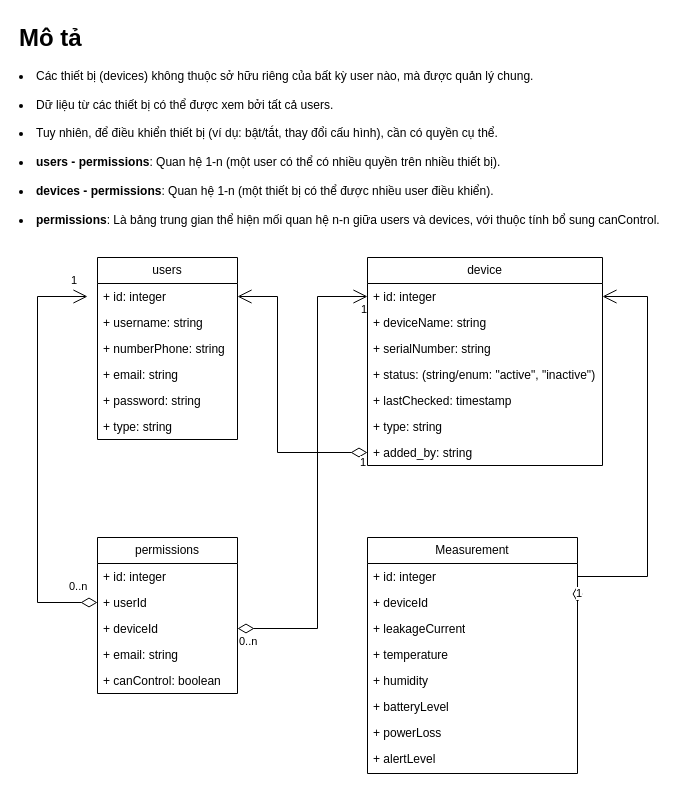
This is quanLyThietBiDoDongRoUML_NEW.drawio from QuachHung1102/quanLyThietBiDoDongRo, a draw.io file, before an edit. Source tidied: cells renumbered, new cells numbered last; positions are measured from the earlier drawing's top-left corner, leaving out a move shared by most shapes. Both pictures are drawn from the tidied source at 100%, with x=0, y=0 at pixel (17, 17).
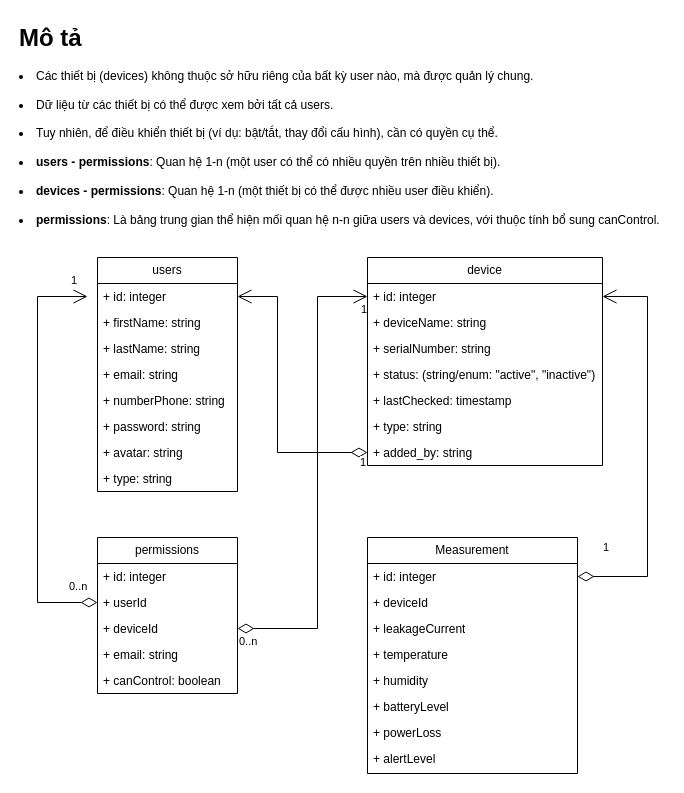
The same page after the edit.

The change refers to these unchanged cells:
```xml
<mxCell id="10" value="+ id: integer&lt;div&gt;&lt;br&gt;&lt;/div&gt;" style="text;strokeColor=none;fillColor=none;align=left;verticalAlign=top;spacingLeft=4;spacingRight=4;overflow=hidden;points=[[0,0.5],[1,0.5]];portConstraint=eastwest;whiteSpace=wrap;html=1;" parent="9" vertex="1">
  <mxGeometry y="26" width="235" height="26" as="geometry" />
</mxCell>
<mxCell id="32" value="+ id: integer" style="text;strokeColor=none;fillColor=none;align=left;verticalAlign=top;spacingLeft=4;spacingRight=4;overflow=hidden;points=[[0,0.5],[1,0.5]];portConstraint=eastwest;whiteSpace=wrap;html=1;" parent="31" vertex="1">
  <mxGeometry y="26" width="210" height="26" as="geometry" />
</mxCell>
<mxCell id="33" value="+&amp;nbsp;&lt;span style=&quot;background-color: transparent; color: light-dark(rgb(0, 0, 0), rgb(255, 255, 255));&quot;&gt;deviceId&lt;/span&gt;" style="text;strokeColor=none;fillColor=none;align=left;verticalAlign=top;spacingLeft=4;spacingRight=4;overflow=hidden;points=[[0,0.5],[1,0.5]];portConstraint=eastwest;whiteSpace=wrap;html=1;" parent="31" vertex="1">
  <mxGeometry y="52" width="210" height="26" as="geometry" />
</mxCell>
```

Change to the diagram source:
```diff
@@
     <mxCell id="2" value="users" style="swimlane;fontStyle=0;horizontal=1;startSize=26;fillColor=none;whiteSpace=wrap;html=1;" parent="1" vertex="1">
-      <mxGeometry x="80" y="240" width="140" height="182" as="geometry" />
+      <mxGeometry x="80" y="240" width="140" height="234" as="geometry" />
     </mxCell>
@@
-    <mxCell id="4" value="+&amp;nbsp;&lt;span style=&quot;background-color: transparent; color: light-dark(rgb(0, 0, 0), rgb(255, 255, 255));&quot;&gt;username&lt;/span&gt;&lt;span style=&quot;background-color: transparent; color: light-dark(rgb(0, 0, 0), rgb(255, 255, 255));&quot;&gt;: string&lt;/span&gt;" style="text;strokeColor=none;fillColor=none;align=left;verticalAlign=top;spacingLeft=4;spacingRight=4;overflow=hidden;whiteSpace=wrap;html=1;" parent="2" vertex="1">
+    <mxCell id="4" value="+ firstName&lt;span style=&quot;background-color: transparent; color: light-dark(rgb(0, 0, 0), rgb(255, 255, 255));&quot;&gt;: string&lt;/span&gt;" style="text;strokeColor=none;fillColor=none;align=left;verticalAlign=top;spacingLeft=4;spacingRight=4;overflow=hidden;whiteSpace=wrap;html=1;" parent="2" vertex="1">
       <mxGeometry y="52" width="140" height="26" as="geometry" />
     </mxCell>
+    <mxCell id="41" value="+ lastName&lt;span style=&quot;background-color: transparent; color: light-dark(rgb(0, 0, 0), rgb(255, 255, 255));&quot;&gt;: string&lt;/span&gt;" style="text;strokeColor=none;fillColor=none;align=left;verticalAlign=top;spacingLeft=4;spacingRight=4;overflow=hidden;whiteSpace=wrap;html=1;" parent="2" vertex="1">
+      <mxGeometry y="78" width="140" height="26" as="geometry" />
+    </mxCell>
+    <mxCell id="6" value="+ email: string" style="text;strokeColor=none;fillColor=none;align=left;verticalAlign=top;spacingLeft=4;spacingRight=4;overflow=hidden;whiteSpace=wrap;html=1;" parent="2" vertex="1">
+      <mxGeometry y="104" width="140" height="26" as="geometry" />
+    </mxCell>
     <mxCell id="5" value="+ numberPhone: string" style="text;strokeColor=none;fillColor=none;align=left;verticalAlign=top;spacingLeft=4;spacingRight=4;overflow=hidden;whiteSpace=wrap;html=1;" parent="2" vertex="1">
-      <mxGeometry y="78" width="140" height="26" as="geometry" />
+      <mxGeometry y="130" width="140" height="26" as="geometry" />
     </mxCell>
-    <mxCell id="6" value="+ email: string" style="text;strokeColor=none;fillColor=none;align=left;verticalAlign=top;spacingLeft=4;spacingRight=4;overflow=hidden;whiteSpace=wrap;html=1;" parent="2" vertex="1">
-      <mxGeometry y="104" width="140" height="26" as="geometry" />
-    </mxCell>
     <mxCell id="7" value="+ password: string" style="text;strokeColor=none;fillColor=none;align=left;verticalAlign=top;spacingLeft=4;spacingRight=4;overflow=hidden;whiteSpace=wrap;html=1;" parent="2" vertex="1">
-      <mxGeometry y="130" width="140" height="26" as="geometry" />
+      <mxGeometry y="156" width="140" height="26" as="geometry" />
     </mxCell>
-    <mxCell id="8" value="+ type: string" style="text;strokeColor=none;fillColor=none;align=left;verticalAlign=top;spacingLeft=4;spacingRight=4;overflow=hidden;whiteSpace=wrap;html=1;" parent="2" vertex="1">
-      <mxGeometry y="156" width="140" height="26" as="geometry" />
+    <mxCell id="8" value="+ avatar: string" style="text;strokeColor=none;fillColor=none;align=left;verticalAlign=top;spacingLeft=4;spacingRight=4;overflow=hidden;whiteSpace=wrap;html=1;" parent="2" vertex="1">
+      <mxGeometry y="182" width="140" height="26" as="geometry" />
     </mxCell>
+    <mxCell id="42" value="+ type: string" style="text;strokeColor=none;fillColor=none;align=left;verticalAlign=top;spacingLeft=4;spacingRight=4;overflow=hidden;whiteSpace=wrap;html=1;" parent="2" vertex="1">
+      <mxGeometry y="208" width="140" height="26" as="geometry" />
+    </mxCell>
@@
-    <mxCell id="40" value="1" style="endArrow=open;html=1;endSize=12;startArrow=diamondThin;startSize=14;startFill=0;edgeStyle=orthogonalEdgeStyle;align=left;verticalAlign=bottom;rounded=0;exitX=1;exitY=0.5;exitDx=0;exitDy=0;entryX=1;entryY=0.5;entryDx=0;entryDy=0;" parent="1" edge="1" source="33" target="10">
-      <mxGeometry x="-1" y="3" relative="1" as="geometry">
+    <mxCell id="40" value="1" style="endArrow=open;html=1;endSize=12;startArrow=diamondThin;startSize=14;startFill=0;edgeStyle=orthogonalEdgeStyle;align=left;verticalAlign=bottom;rounded=0;exitX=1;exitY=0.5;exitDx=0;exitDy=0;entryX=1;entryY=0.5;entryDx=0;entryDy=0;" parent="1" edge="1" source="32" target="10">
+      <mxGeometry x="-0.88" y="20" relative="1" as="geometry">
         <Array as="points">
           <mxPoint x="630" y="559" />
           <mxPoint x="630" y="279" />
         </Array>
       </mxGeometry>
     </mxCell>
```
